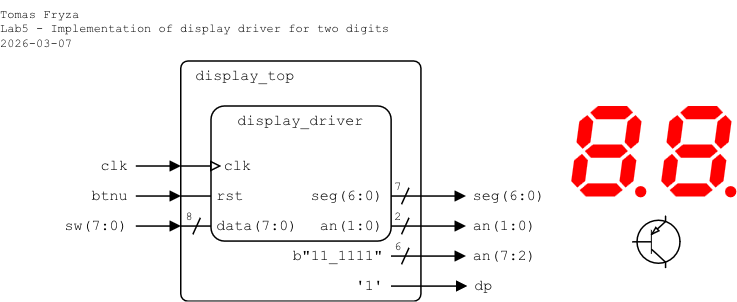
The draw.io diagram lab5-display/images/top-level_ver1.png in tomas-fryza/vhdl-examples, before a commit. Source tidied: cells renumbered, new cells last; positions are measured from the earlier drawing's top-left corner, leaving out a move shared by most shapes.
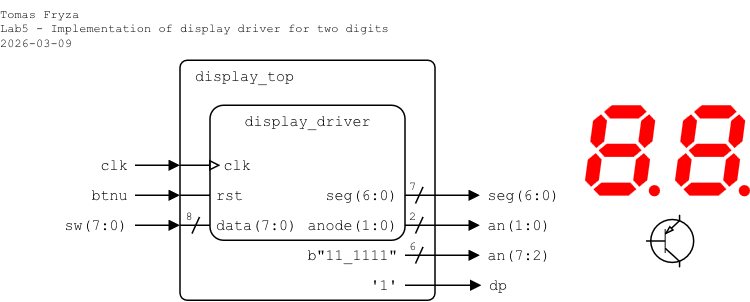
Above is the later version.

What changed in the source:
```diff
@@ -3,51 +3,51 @@
     <mxCell id="0" />
     <mxCell id="1" parent="0" />
     <mxCell id="2" value="display_top" style="rounded=1;arcSize=3;whiteSpace=wrap;html=1;align=left;verticalAlign=top;fontFamily=Courier New;absoluteArcSize=0;fillColor=none;fontSize=10;spacingLeft=10;imageHeight=24;spacing=0;" parent="1" vertex="1">
-      <mxGeometry x="120" y="40" width="160" height="160" as="geometry" />
+      <mxGeometry x="110" y="40" width="170" height="160" as="geometry" />
     </mxCell>
     <mxCell id="3" style="endArrow=block;html=1;rounded=0;endFill=1;endSize=5;startSize=5;" parent="1" edge="1">
       <mxGeometry relative="1" as="geometry">
-        <mxPoint x="90" y="130" as="sourcePoint" />
-        <mxPoint x="120" y="130" as="targetPoint" />
+        <mxPoint x="80" y="130" as="sourcePoint" />
+        <mxPoint x="110" y="130" as="targetPoint" />
       </mxGeometry>
     </mxCell>
     <mxCell id="4" value="&lt;div align=&quot;right&quot;&gt;btnu&lt;/div&gt;" style="text;html=1;align=right;verticalAlign=middle;whiteSpace=wrap;rounded=0;fontFamily=Courier New;fontSize=10;fillOpacity=100;spacing=0;spacingLeft=0;spacingRight=5;" parent="1" vertex="1">
-      <mxGeometry x="50" y="120" width="39.6" height="20" as="geometry" />
+      <mxGeometry x="40" y="120" width="39.6" height="20" as="geometry" />
     </mxCell>
     <mxCell id="5" style="endArrow=block;html=1;rounded=0;endFill=1;endSize=5;startSize=5;" parent="1" edge="1">
       <mxGeometry relative="1" as="geometry">
-        <mxPoint x="90" y="110" as="sourcePoint" />
-        <mxPoint x="120" y="110" as="targetPoint" />
+        <mxPoint x="80" y="110" as="sourcePoint" />
+        <mxPoint x="110" y="110" as="targetPoint" />
       </mxGeometry>
     </mxCell>
     <mxCell id="6" value="clk" style="text;html=1;align=right;verticalAlign=middle;whiteSpace=wrap;rounded=0;fontFamily=Courier New;fontSize=10;fillOpacity=100;spacing=0;spacingLeft=0;spacingRight=5;" parent="1" vertex="1">
-      <mxGeometry x="60" y="100" width="30" height="20" as="geometry" />
+      <mxGeometry x="50" y="100" width="30" height="20" as="geometry" />
     </mxCell>
     <mxCell id="7" value="display_driver" style="rounded=1;arcSize=10;align=center;verticalAlign=top;fontFamily=Courier New;absoluteArcSize=0;fillColor=none;fixDash=0;fontSize=10;spacingLeft=0;labelBorderColor=none;spacingTop=0;spacing=0;labelBackgroundColor=none;whiteSpace=wrap;html=1;strokeWidth=1;shadow=0;glass=0;" parent="1" vertex="1">
-      <mxGeometry x="140" y="70" width="120" height="90" as="geometry" />
+      <mxGeometry x="130" y="70" width="130" height="90" as="geometry" />
     </mxCell>
     <mxCell id="8" value="rst" style="text;html=1;align=left;verticalAlign=middle;whiteSpace=wrap;rounded=0;fontFamily=Courier New;fontSize=10;fillOpacity=100;spacingLeft=5;spacing=0;" parent="1" vertex="1">
-      <mxGeometry x="139.4" y="120" width="30.6" height="20" as="geometry" />
+      <mxGeometry x="129.4" y="120" width="30.6" height="20" as="geometry" />
     </mxCell>
     <mxCell id="9" value="clk" style="text;html=1;align=left;verticalAlign=middle;whiteSpace=wrap;rounded=0;fontFamily=Courier New;fontSize=10;fillOpacity=100;spacing=0;spacingLeft=10;" parent="1" vertex="1">
-      <mxGeometry x="139.4" y="100" width="40.6" height="20" as="geometry" />
+      <mxGeometry x="129.4" y="100" width="40.6" height="20" as="geometry" />
     </mxCell>
     <mxCell id="10" style="endArrow=block;html=1;rounded=0;endFill=0;endSize=5;startSize=5;" parent="1" edge="1">
       <mxGeometry relative="1" as="geometry">
-        <mxPoint x="120" y="110" as="sourcePoint" />
-        <mxPoint x="147" y="110" as="targetPoint" />
+        <mxPoint x="110" y="110" as="sourcePoint" />
+        <mxPoint x="137" y="110" as="targetPoint" />
       </mxGeometry>
     </mxCell>
     <mxCell id="11" value="seg(6:0)" style="text;html=1;align=right;verticalAlign=middle;whiteSpace=wrap;rounded=0;fontFamily=Courier New;fontSize=10;fillOpacity=100;spacing=0;spacingRight=5;" parent="1" vertex="1">
       <mxGeometry x="200" y="120" width="60" height="20" as="geometry" />
     </mxCell>
     <mxCell id="12" value="data(7:0)" style="text;html=1;align=left;verticalAlign=middle;whiteSpace=wrap;rounded=0;fontFamily=Courier New;fontSize=10;fillOpacity=100;spacingLeft=5;spacing=0;" parent="1" vertex="1">
-      <mxGeometry x="139.4" y="140" width="60.6" height="20" as="geometry" />
+      <mxGeometry x="129.4" y="140" width="60.6" height="20" as="geometry" />
     </mxCell>
     <mxCell id="13" style="endArrow=none;html=1;rounded=0;endFill=0;endSize=5;startSize=5;" parent="1" edge="1">
       <mxGeometry relative="1" as="geometry">
-        <mxPoint x="120" y="130" as="sourcePoint" />
-        <mxPoint x="140" y="130" as="targetPoint" />
+        <mxPoint x="110" y="130" as="sourcePoint" />
+        <mxPoint x="130" y="130" as="targetPoint" />
       </mxGeometry>
     </mxCell>
     <mxCell id="14" style="endArrow=block;html=1;rounded=0;endFill=1;endSize=5;startSize=5;" parent="1" edge="1">
@@ -98,34 +98,34 @@
         <mxPoint x="267" y="175.5" as="targetPoint" />
       </mxGeometry>
     </mxCell>
-    <mxCell id="25" value="&lt;div&gt;Tomas Fryza&lt;/div&gt;&lt;div&gt;Lab5 - Implementation of display driver for two digits&lt;/div&gt;&lt;div&gt;2026-03-07&lt;/div&gt;" style="text;html=1;align=left;verticalAlign=top;whiteSpace=wrap;rounded=0;fontFamily=Courier New;fontSize=8;fillOpacity=100;spacing=0;spacingLeft=0;" parent="1" vertex="1">
-      <mxGeometry width="280" height="40" as="geometry" />
+    <mxCell id="25" value="&lt;div&gt;Tomas Fryza&lt;/div&gt;&lt;div&gt;Lab5 - Implementation of display driver for two digits&lt;/div&gt;&lt;div&gt;2026-03-09&lt;/div&gt;" style="text;html=1;align=left;verticalAlign=top;whiteSpace=wrap;rounded=0;fontFamily=Courier New;fontSize=8;fillOpacity=100;spacing=0;spacingLeft=0;" parent="1" vertex="1">
+      <mxGeometry x="-10" width="280" height="40" as="geometry" />
     </mxCell>
-    <mxCell id="26" value="an(1:0)" style="text;html=1;align=right;verticalAlign=middle;whiteSpace=wrap;rounded=0;fontFamily=Courier New;fontSize=10;fillOpacity=100;spacing=0;spacingRight=5;" parent="1" vertex="1">
-      <mxGeometry x="200" y="140" width="60" height="20" as="geometry" />
+    <mxCell id="26" value="anode(1:0)" style="text;html=1;align=right;verticalAlign=middle;whiteSpace=wrap;rounded=0;fontFamily=Courier New;fontSize=10;fillOpacity=100;spacing=0;spacingRight=5;" parent="1" vertex="1">
+      <mxGeometry x="190" y="140" width="70" height="20" as="geometry" />
     </mxCell>
     <mxCell id="27" style="endArrow=block;html=1;rounded=0;endFill=1;endSize=5;startSize=5;" parent="1" edge="1">
       <mxGeometry relative="1" as="geometry">
-        <mxPoint x="90" y="150" as="sourcePoint" />
-        <mxPoint x="120" y="150" as="targetPoint" />
+        <mxPoint x="80" y="150" as="sourcePoint" />
+        <mxPoint x="110" y="150" as="targetPoint" />
       </mxGeometry>
     </mxCell>
     <mxCell id="28" value="sw(7:0)" style="text;html=1;align=right;verticalAlign=middle;whiteSpace=wrap;rounded=0;fontFamily=Courier New;fontSize=10;fillOpacity=100;spacing=0;spacingLeft=0;spacingRight=5;" parent="1" vertex="1">
-      <mxGeometry x="40" y="140" width="49.6" height="20" as="geometry" />
+      <mxGeometry x="30" y="140" width="49.6" height="20" as="geometry" />
     </mxCell>
     <mxCell id="29" style="endArrow=none;html=1;rounded=0;endFill=0;endSize=5;startSize=5;" parent="1" edge="1">
       <mxGeometry relative="1" as="geometry">
-        <mxPoint x="120" y="150" as="sourcePoint" />
-        <mxPoint x="140" y="150" as="targetPoint" />
+        <mxPoint x="110" y="150" as="sourcePoint" />
+        <mxPoint x="130" y="150" as="targetPoint" />
       </mxGeometry>
     </mxCell>
     <mxCell id="30" value="8" style="text;html=1;align=center;verticalAlign=middle;whiteSpace=wrap;rounded=0;fontFamily=Courier New;fontSize=8;fillOpacity=100;spacing=2;spacingRight=0;" parent="1" vertex="1">
-      <mxGeometry x="121" y="134" width="10" height="20" as="geometry" />
+      <mxGeometry x="111" y="134" width="10" height="20" as="geometry" />
     </mxCell>
     <mxCell id="31" style="endArrow=none;html=1;rounded=0;startArrow=none;startFill=0;endSize=4;startSize=4;" parent="1" edge="1">
       <mxGeometry relative="1" as="geometry">
-        <mxPoint x="133" y="144.5" as="sourcePoint" />
-        <mxPoint x="128" y="155.5" as="targetPoint" />
+        <mxPoint x="123" y="144.5" as="sourcePoint" />
+        <mxPoint x="118" y="155.5" as="targetPoint" />
       </mxGeometry>
     </mxCell>
     <mxCell id="32" style="endArrow=block;html=1;rounded=0;endFill=1;orthogonal=1;endSize=5;startSize=5;" parent="1" edge="1">
```
